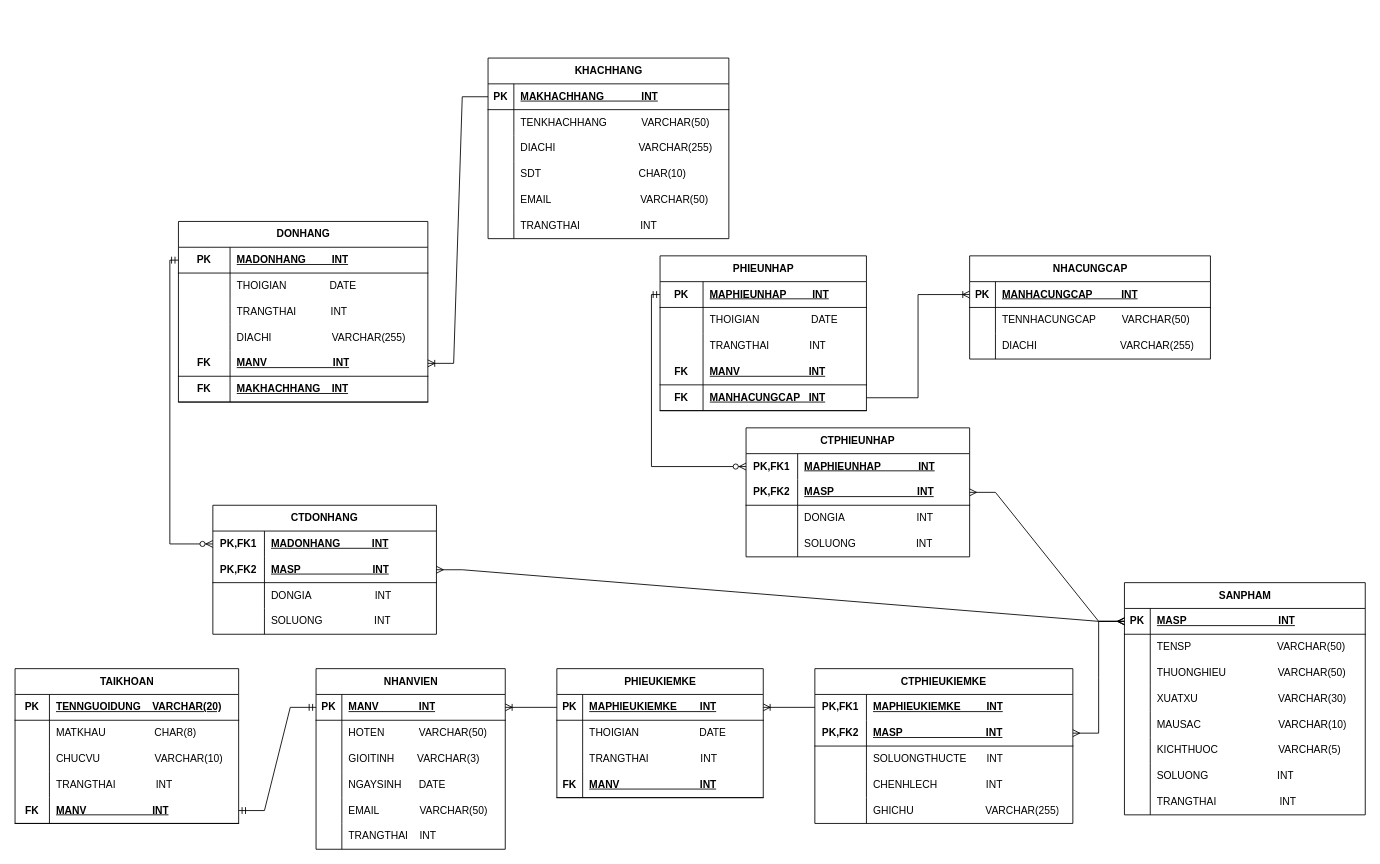
Earlier version of the draw.io diagram erd/quanlycuahangbanquanao.drawio (nvkdzvcl/Project_Java). Source tidied: cells renumbered, new cells numbered last; positions are measured from the earlier drawing's top-left corner, leaving out a move shared by most shapes. Both pictures are drawn from the tidied source at 86%, with x=0, y=0 at pixel (15, 58).
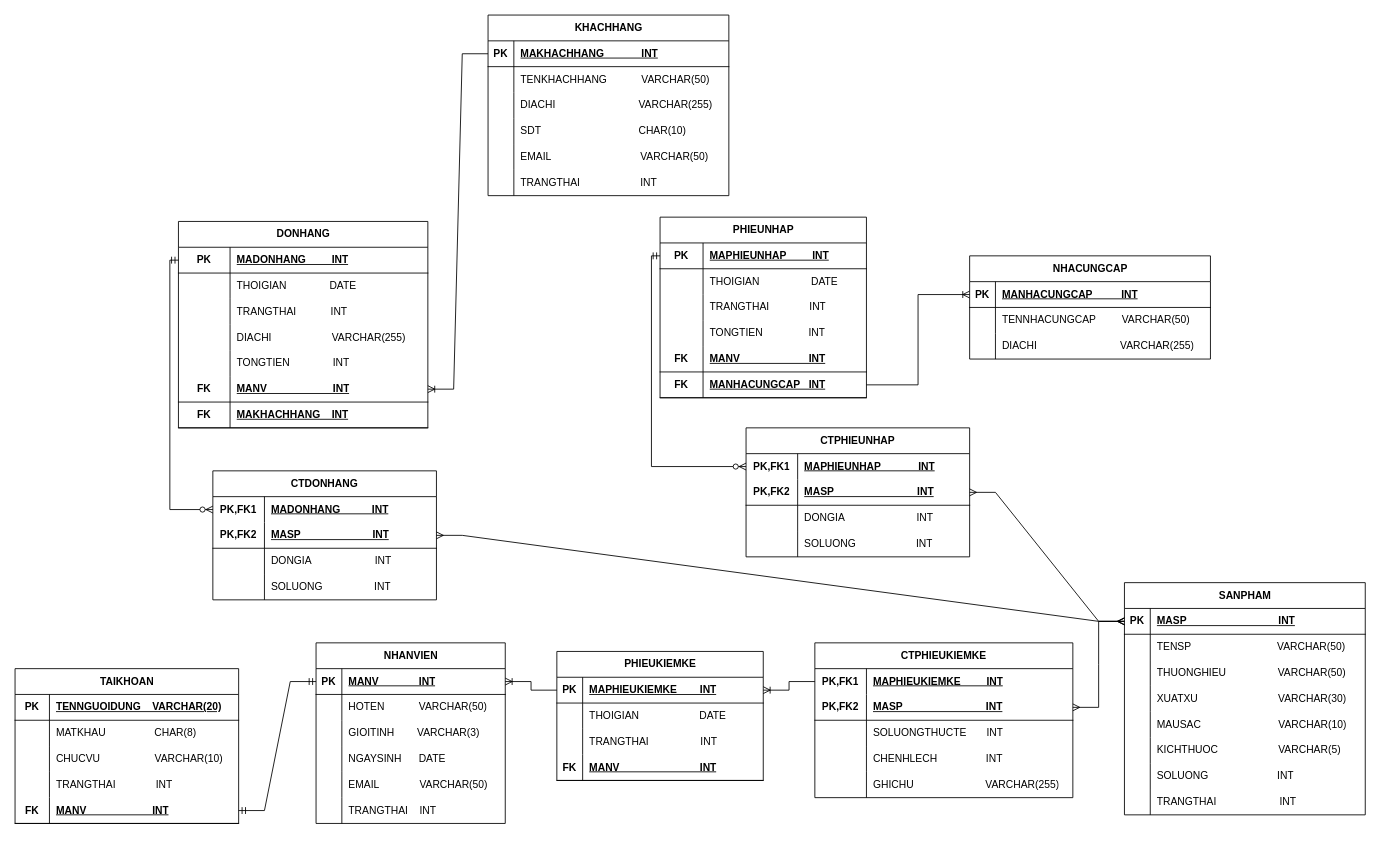
The same page after the edit.

Commit message (it also covers changes not shown here):
Thêm TONGTIEN vào DONHANG và PHIEUNHAP

The edit, as a diff of the source:
```diff
@@
     <mxCell id="2" value="NHANVIEN" style="shape=table;startSize=30;childLayout=tableLayout;rowLines=0;fontStyle=1;align=center;html=1;" parent="1" vertex="1">
-      <mxGeometry x="350" y="710" width="220" height="210" as="geometry" />
+      <mxGeometry x="350" y="680" width="220" height="210" as="geometry" />
     </mxCell>
@@
     <mxCell id="21" value="PHIEUKIEMKE" style="shape=table;startSize=30;childLayout=tableLayout;rowLines=0;fontStyle=1;align=center;html=1;" parent="1" vertex="1">
-      <mxGeometry x="630" y="710" width="240" height="150" as="geometry" />
+      <mxGeometry x="630" y="690" width="240" height="150" as="geometry" />
     </mxCell>
@@
     <mxCell id="34" value="CTPHIEUKIEMKE" style="shape=table;startSize=30;childLayout=tableLayout;rowLines=0;fontStyle=1;align=center;html=1;whiteSpace=wrap;" parent="1" vertex="1">
-      <mxGeometry x="930" y="710" width="300" height="180" as="geometry" />
+      <mxGeometry x="930" y="680" width="300" height="180" as="geometry" />
     </mxCell>
@@
     <mxCell id="60" value="KHACHHANG" style="shape=table;startSize=30;childLayout=tableLayout;rowLines=0;fontStyle=1;align=center;html=1;" parent="1" vertex="1">
-      <mxGeometry x="550" width="280" height="210" as="geometry" />
+      <mxGeometry x="550" y="-50" width="280" height="210" as="geometry" />
     </mxCell>
@@
     <mxCell id="111" value="PHIEUNHAP" style="shape=table;startSize=30;childLayout=tableLayout;rowLines=0;fontStyle=1;align=center;html=1;" parent="1" vertex="1">
-      <mxGeometry x="750" y="230" width="240" height="180" as="geometry" />
+      <mxGeometry x="750" y="185" width="240" height="210" as="geometry" />
     </mxCell>
@@
+    <mxCell id="191" style="shape=tableRow;horizontal=0;startSize=0;swimlaneHead=0;swimlaneBody=0;fillColor=none;top=0;left=0;right=0;bottom=0;" parent="111" vertex="1">
+      <mxGeometry y="120" width="240" height="30" as="geometry" />
+    </mxCell>
+    <mxCell id="192" style="shape=partialRectangle;fillColor=none;top=0;left=0;bottom=0;right=0;overflow=hidden;whiteSpace=wrap;html=1;" parent="191" vertex="1">
+      <mxGeometry width="50" height="30" as="geometry" />
+    </mxCell>
+    <mxCell id="193" value="TONGTIEN&amp;nbsp; &amp;nbsp; &amp;nbsp; &amp;nbsp; &amp;nbsp; &amp;nbsp; &amp;nbsp; &amp;nbsp; INT" style="shape=partialRectangle;fillColor=none;top=0;left=0;bottom=0;right=0;align=left;spacingLeft=6;overflow=hidden;whiteSpace=wrap;html=1;" parent="191" vertex="1">
+      <mxGeometry x="50" width="190" height="30" as="geometry" />
+    </mxCell>
     <mxCell id="121" style="shape=tableRow;horizontal=0;startSize=0;swimlaneHead=0;swimlaneBody=0;fillColor=none;top=0;left=0;right=0;bottom=1;" parent="111" vertex="1">
-      <mxGeometry y="120" width="240" height="30" as="geometry" />
+      <mxGeometry y="150" width="240" height="30" as="geometry" />
     </mxCell>
@@
     <mxCell id="124" style="shape=tableRow;horizontal=0;startSize=0;swimlaneHead=0;swimlaneBody=0;fillColor=none;points=[[0,0.5],[1,0.5]];portConstraint=eastwest;top=0;left=0;right=0;bottom=1;" parent="111" vertex="1">
-      <mxGeometry y="150" width="240" height="30" as="geometry" />
+      <mxGeometry y="180" width="240" height="30" as="geometry" />
     </mxCell>
@@
     <mxCell id="127" value="DONHANG" style="shape=table;startSize=30;childLayout=tableLayout;rowLines=0;fontStyle=1;align=center;html=1;" parent="1" vertex="1">
-      <mxGeometry x="190" y="190" width="290" height="210" as="geometry" />
+      <mxGeometry x="190" y="190" width="290" height="240" as="geometry" />
     </mxCell>
@@
+    <mxCell id="194" style="shape=tableRow;horizontal=0;startSize=0;swimlaneHead=0;swimlaneBody=0;fillColor=none;top=0;left=0;right=0;bottom=0;" parent="127" vertex="1">
+      <mxGeometry y="150" width="290" height="30" as="geometry" />
+    </mxCell>
+    <mxCell id="195" style="shape=partialRectangle;fillColor=none;top=0;left=0;bottom=0;right=0;overflow=hidden;whiteSpace=wrap;html=1;" parent="194" vertex="1">
+      <mxGeometry width="60" height="30" as="geometry" />
+    </mxCell>
+    <mxCell id="196" value="TONGTIEN&amp;nbsp; &amp;nbsp; &amp;nbsp; &amp;nbsp; &amp;nbsp; &amp;nbsp; &amp;nbsp; &amp;nbsp;INT" style="shape=partialRectangle;fillColor=none;top=0;left=0;bottom=0;right=0;align=left;spacingLeft=6;overflow=hidden;whiteSpace=wrap;html=1;" parent="194" vertex="1">
+      <mxGeometry x="60" width="230" height="30" as="geometry" />
+    </mxCell>
     <mxCell id="140" style="shape=tableRow;horizontal=0;startSize=0;swimlaneHead=0;swimlaneBody=0;fillColor=none;points=[[0,0.5],[1,0.5]];portConstraint=eastwest;top=0;left=0;right=0;bottom=1;" parent="127" vertex="1">
-      <mxGeometry y="150" width="290" height="30" as="geometry" />
+      <mxGeometry y="180" width="290" height="30" as="geometry" />
     </mxCell>
@@
     <mxCell id="143" style="shape=tableRow;horizontal=0;startSize=0;swimlaneHead=0;swimlaneBody=0;fillColor=none;top=0;left=0;right=0;bottom=1;" parent="127" vertex="1">
-      <mxGeometry y="180" width="290" height="30" as="geometry" />
+      <mxGeometry y="210" width="290" height="30" as="geometry" />
     </mxCell>
@@
     <mxCell id="159" value="CTDONHANG" style="shape=table;startSize=30;childLayout=tableLayout;rowLines=0;fontStyle=1;align=center;html=1;whiteSpace=wrap;" parent="1" vertex="1">
-      <mxGeometry x="230" y="520" width="260" height="150" as="geometry" />
+      <mxGeometry x="230" y="480" width="260" height="150" as="geometry" />
     </mxCell>
```
